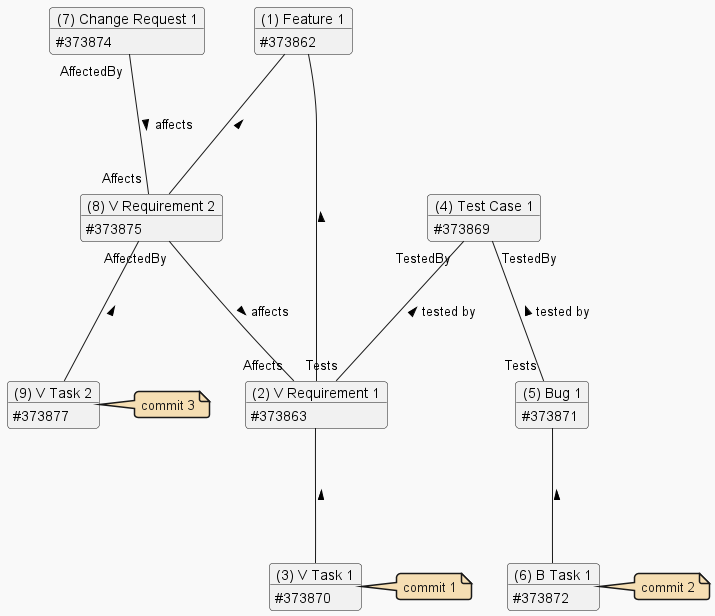
Earlier version of the PlantUML export Docs/methodology/.attachments/feature-1.png (mm6502/AzureDevOpsApi). Source of this version:
```plantuml
@startuml Feature 1

hide circle
hide empty members
allowmixing

!theme mars
skinparam classFontStyle bold
skinparam classAttributeIconSize 0
skinparam noteBackgroundColor wheat

object "(1) Feature 1" as Feature1
object "(2) V Requirement 1" as VRequirement1
object "(3) V Task 1" as VTask1
note right : commit 1

object "(4) Test Case 1" as TestCase1
object "(5) Bug 1" as Bug1
object "(6) B Task 1" as B1Task1
note right : commit 2

object "(7) Change Request 1" as ChangeRequest1
object "(8) V Requirement 2" as VRequirement2
object "(9) V Task 2" as VTask2
note right : commit 3

Feature1       : #373862
VRequirement1  : #373863
TestCase1      : #373869
VTask1         : #373870
Bug1           : #373871
B1Task1        : #373872
ChangeRequest1 : #373874
VRequirement2  : #373875
VTask2         : #373877

Feature1      --- VRequirement1 : <
Feature1      --- VRequirement2 : <
VRequirement1 --- VTask1        : <
VRequirement2 --- VTask2        : <
Bug1          --- B1Task1       : <

TestCase1      "TestedBy"   --- "Tests"   VRequirement1 : tested by <
TestCase1      "TestedBy"   --- "Tests"   Bug1          : tested by <
VRequirement2  "AffectedBy" --- "Affects" VRequirement1 : affects >
ChangeRequest1 "AffectedBy" --- "Affects" VRequirement2 : affects >

@enduml
```
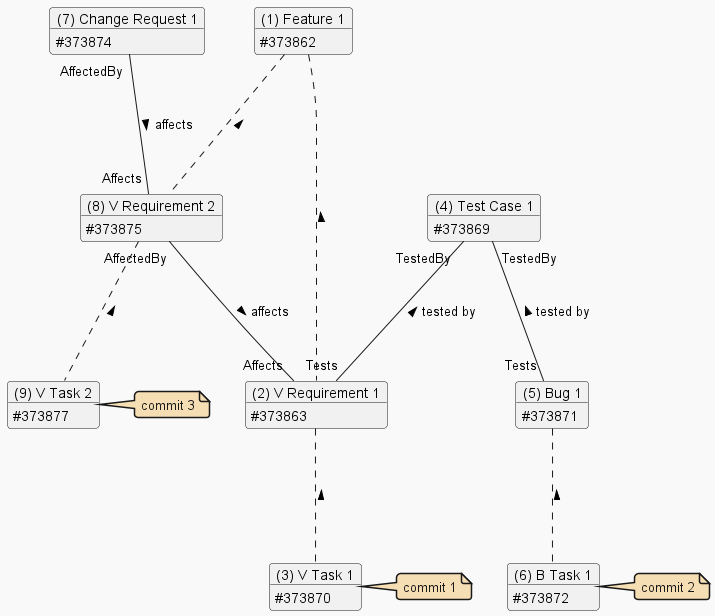
After the change.

The edit, as a diff of the source:
```diff
@@ -34,11 +34,11 @@
 VRequirement2  : #373875
 VTask2         : #373877
 
-Feature1      --- VRequirement1 : <
-Feature1      --- VRequirement2 : <
-VRequirement1 --- VTask1        : <
-VRequirement2 --- VTask2        : <
-Bug1          --- B1Task1       : <
+Feature1      ... VRequirement1 : <
+Feature1      ... VRequirement2 : <
+VRequirement1 ... VTask1        : <
+VRequirement2 ... VTask2        : <
+Bug1          ... B1Task1       : <
 
 TestCase1      "TestedBy"   --- "Tests"   VRequirement1 : tested by <
 TestCase1      "TestedBy"   --- "Tests"   Bug1          : tested by <
```
